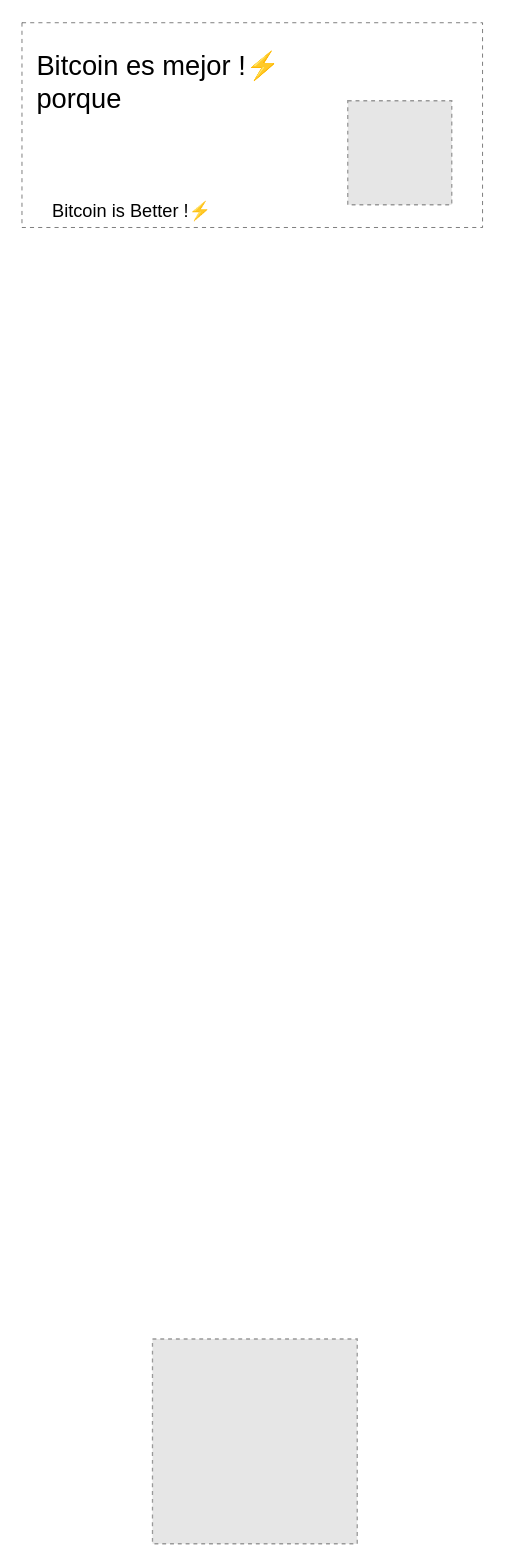
The draw.io diagram flyer/2025-05-05 bitcoin_conil_60mm.drawio in max-peter/bitnode.one, before the edit. Source tidied: cells renumbered, new cells numbered last; positions are measured from the earlier drawing's top-left corner, leaving out a move shared by most shapes. Both pictures are drawn from the tidied source at 130%, with x=0, y=0 at pixel (21, 22). Pictures stored in the file or linked from it are replaced by grey dashed boxes.
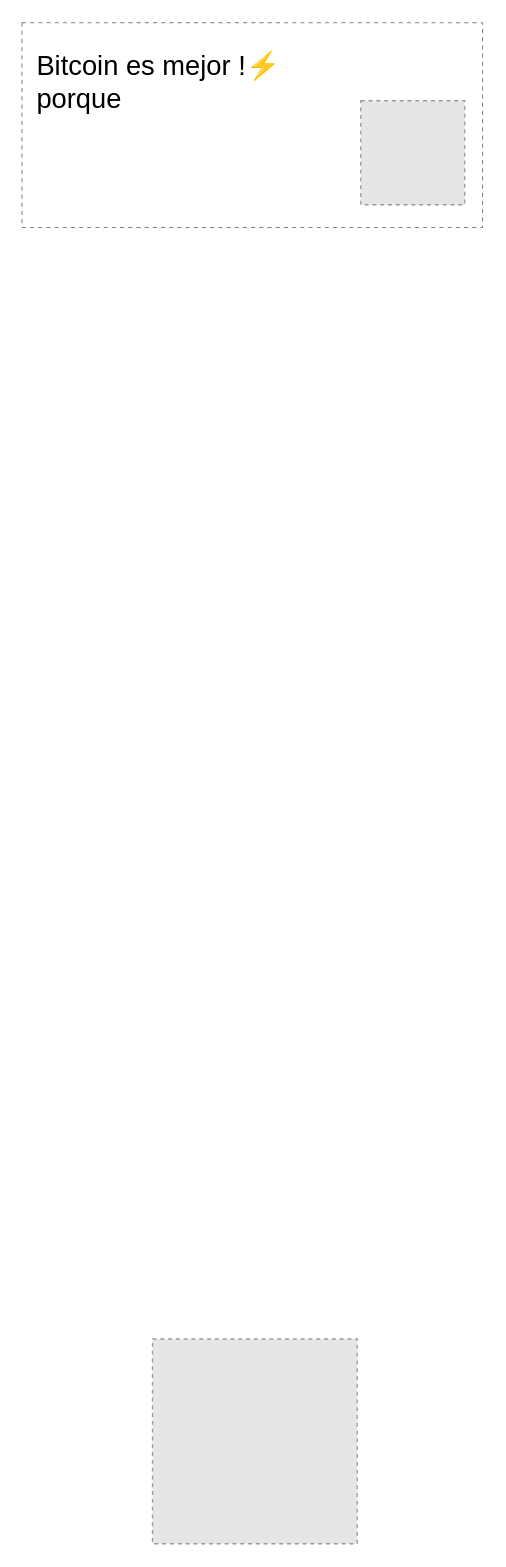
After the change.

What changed in the source:
```diff
@@
 <mxGraphModel>
   <root>
     <mxCell id="0" />
     <mxCell id="1" parent="0" />
     <mxCell id="2" style="whiteSpace=wrap;html=1;fillColor=none;strokeColor=default;dashed=1;dashPattern=8 8;strokeWidth=0.3937;" parent="1" vertex="1">
       <mxGeometry x="0.4" width="354.3" height="157.5" as="geometry" />
     </mxCell>
     <mxCell id="3" value="Bitcoin es mejor !⚡&#10;porque" style="text;whiteSpace=wrap;fontSize=21;" parent="1" vertex="1">
       <mxGeometry x="10.2" y="13.8" width="216.5" height="126.2" as="geometry" />
     </mxCell>
-    <mxCell id="4" value="Bitcoin is Better !⚡" style="text;whiteSpace=wrap;fontSize=14;" parent="1" vertex="1">
-      <mxGeometry x="22.4" y="130" width="216.5" height="20" as="geometry" />
-    </mxCell>
     <mxCell id="5" style="fillColor=#E6E6E6;strokeColor=#999999;dashed=1;verticalLabelPosition=bottom;labelBackgroundColor=default;verticalAlign=top;" parent="1" vertex="1">
       <mxGeometry x="100.8" y="1012.5" width="157.5" height="157.5" as="geometry" />
     </mxCell>
     <mxCell id="6" style="fillColor=#E6E6E6;strokeColor=#999999;dashed=1;verticalLabelPosition=bottom;labelBackgroundColor=default;verticalAlign=top;" parent="1" vertex="1">
-      <mxGeometry x="251" y="60" width="80" height="80" as="geometry" />
+      <mxGeometry x="261" y="60" width="80" height="80" as="geometry" />
     </mxCell>
   </root>
 </mxGraphModel>
```
